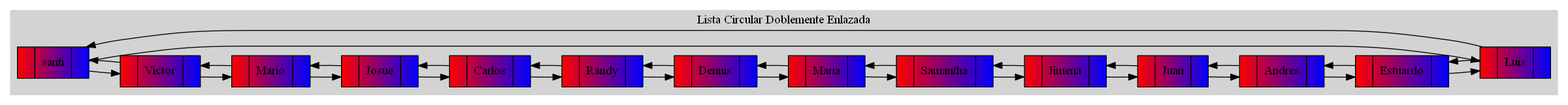
Earlier version of the Graphviz export graficaLCD.png (Tiago-130414/EDD_1S2019_P1_201313722). Its source is kept beside it as graficaLCD.dot.
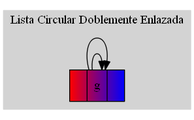
After the commit.

The edit, as a diff of the source:
```diff
@@ -5,48 +5,9 @@
 style=filled;
 color = lightgrey;
 node[shape=record];
-Nodosanti[label="{ |santi| }"style = filled, fillcolor = "red:blue"];
-NodoVictor[label="{ |Victor| }"style = filled, fillcolor = "red:blue"];
-NodoMario[label="{ |Mario| }"style = filled, fillcolor = "red:blue"];
-NodoJosue[label="{ |Josue| }"style = filled, fillcolor = "red:blue"];
-NodoCarlos[label="{ |Carlos| }"style = filled, fillcolor = "red:blue"];
-NodoRandy[label="{ |Randy| }"style = filled, fillcolor = "red:blue"];
-NodoDennis[label="{ |Dennis| }"style = filled, fillcolor = "red:blue"];
-NodoMaria[label="{ |Maria| }"style = filled, fillcolor = "red:blue"];
-NodoSamantha[label="{ |Samantha| }"style = filled, fillcolor = "red:blue"];
-NodoJimena[label="{ |Jimena| }"style = filled, fillcolor = "red:blue"];
-NodoJuan [label="{ |Juan | }"style = filled, fillcolor = "red:blue"];
-NodoAndres[label="{ |Andres| }"style = filled, fillcolor = "red:blue"];
-NodoEstuardo[label="{ |Estuardo| }"style = filled, fillcolor = "red:blue"];
-NodoLuis[label="{ |Luis| }"style = filled, fillcolor = "red:blue"];
-Nodosanti->NodoVictor;
-NodoVictor->Nodosanti;
-NodoVictor->NodoMario;
-NodoMario->NodoVictor;
-NodoMario->NodoJosue;
-NodoJosue->NodoMario;
-NodoJosue->NodoCarlos;
-NodoCarlos->NodoJosue;
-NodoCarlos->NodoRandy;
-NodoRandy->NodoCarlos;
-NodoRandy->NodoDennis;
-NodoDennis->NodoRandy;
-NodoDennis->NodoMaria;
-NodoMaria->NodoDennis;
-NodoMaria->NodoSamantha;
-NodoSamantha->NodoMaria;
-NodoSamantha->NodoJimena;
-NodoJimena->NodoSamantha;
-NodoJimena->NodoJuan ;
-NodoJuan ->NodoJimena;
-NodoJuan ->NodoAndres;
-NodoAndres->NodoJuan ;
-NodoAndres->NodoEstuardo;
-NodoEstuardo->NodoAndres;
-NodoEstuardo->NodoLuis;
-NodoLuis->NodoEstuardo;
-NodoLuis->Nodosanti;
-Nodosanti->NodoLuis;
+Nodog[label="{ |g| }"style = filled, fillcolor = "red:blue"];
+Nodog->Nodog;
+Nodog->Nodog;
 label = "Lista Circular Doblemente Enlazada";
 }
 }
```
